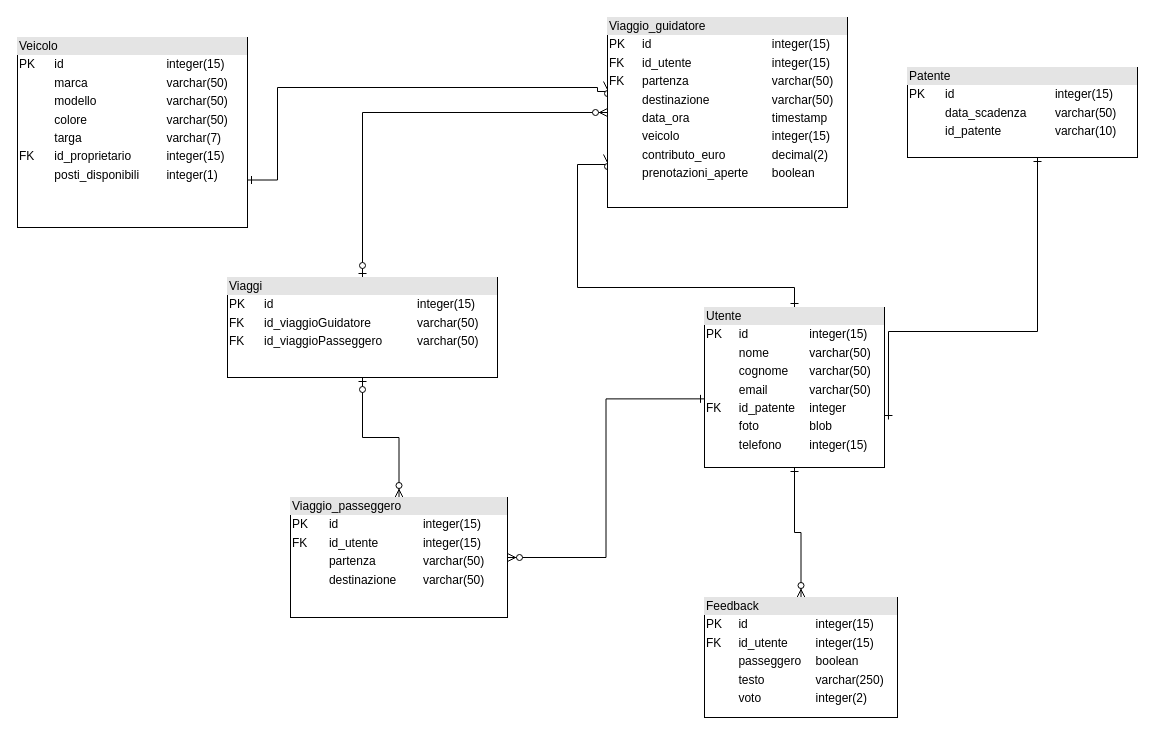
Before: Untitled Diagram.drawio in Lor3nzo01/cpp, a draw.io diagram. Source tidied: cells renumbered, new cells numbered last; positions are measured from the earlier drawing's top-left corner, leaving out a move shared by most shapes. Both pictures are drawn from the tidied source at 100%, with x=0, y=0 at pixel (17, 17).
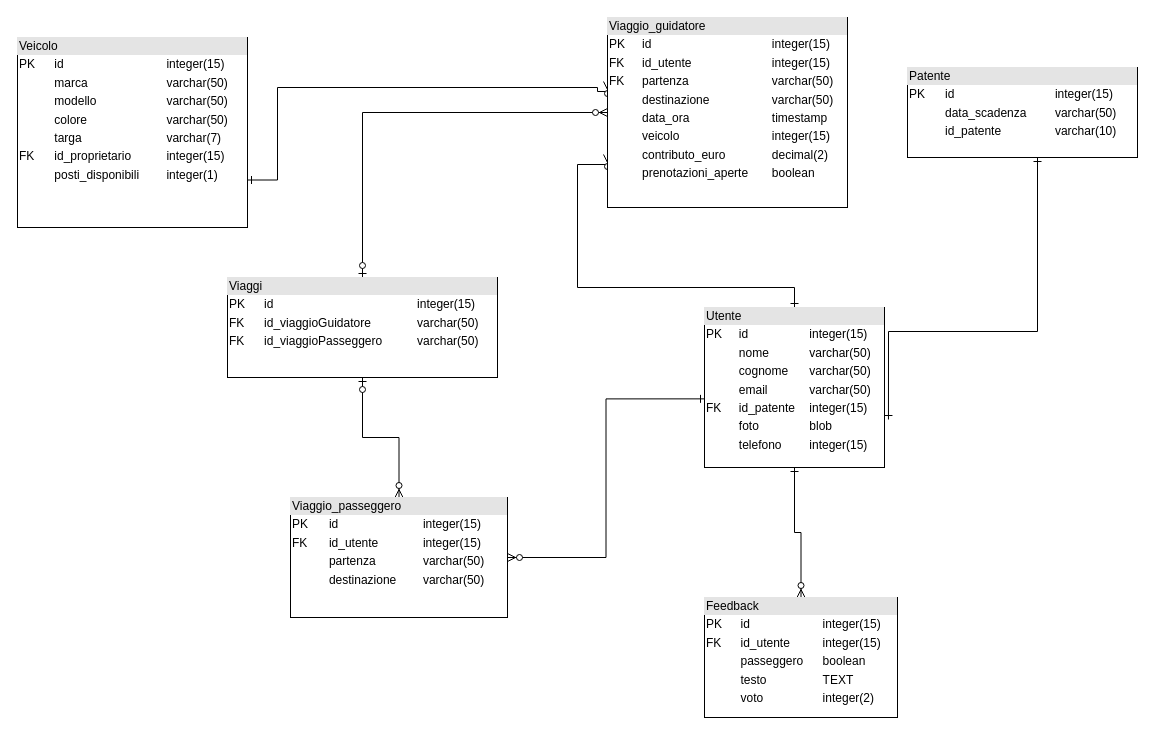
The same diagram, later.

Diff of the diagram source:
```diff
@@
-    <mxCell id="5" value="&lt;div style=&quot;box-sizing: border-box ; width: 100% ; background: #e4e4e4 ; padding: 2px&quot;&gt;Utente&lt;br&gt;&lt;/div&gt;&lt;table style=&quot;width: 100% ; font-size: 1em&quot; cellspacing=&quot;0&quot; cellpadding=&quot;2&quot;&gt;&lt;tbody&gt;&lt;tr&gt;&lt;td&gt;PK&lt;/td&gt;&lt;td&gt;&lt;br&gt;&lt;/td&gt;&lt;td&gt;&lt;br&gt;&lt;/td&gt;&lt;td&gt;id&lt;/td&gt;&lt;td&gt;integer(15)&lt;/td&gt;&lt;/tr&gt;&lt;tr&gt;&lt;td&gt;&lt;br&gt;&lt;/td&gt;&lt;td&gt;&lt;br&gt;&lt;/td&gt;&lt;td&gt;&lt;br&gt;&lt;/td&gt;&lt;td&gt;nome&lt;/td&gt;&lt;td&gt;varchar(50)&lt;/td&gt;&lt;/tr&gt;&lt;tr&gt;&lt;td&gt;&lt;br&gt;&lt;/td&gt;&lt;td&gt;&lt;br&gt;&lt;/td&gt;&lt;td&gt;&lt;br&gt;&lt;/td&gt;&lt;td&gt;cognome&lt;br&gt;&lt;/td&gt;&lt;td&gt;varchar(50)&lt;br&gt;&lt;/td&gt;&lt;/tr&gt;&lt;tr&gt;&lt;td&gt;&lt;br&gt;&lt;/td&gt;&lt;td&gt;&lt;br&gt;&lt;/td&gt;&lt;td&gt;&lt;br&gt;&lt;/td&gt;&lt;td&gt;email&lt;br&gt;&lt;/td&gt;&lt;td&gt;varchar(50)&lt;br&gt;&lt;/td&gt;&lt;/tr&gt;&lt;tr&gt;&lt;td&gt;FK&lt;br&gt;&lt;/td&gt;&lt;td&gt;&lt;br&gt;&lt;/td&gt;&lt;td&gt;&lt;br&gt;&lt;/td&gt;&lt;td&gt;id_patente&lt;/td&gt;&lt;td&gt;integer&lt;br&gt;&lt;/td&gt;&lt;/tr&gt;&lt;tr&gt;&lt;td&gt;&lt;br&gt;&lt;/td&gt;&lt;td&gt;&lt;br&gt;&lt;/td&gt;&lt;td&gt;&lt;br&gt;&lt;/td&gt;&lt;td&gt;foto&lt;br&gt;&lt;/td&gt;&lt;td&gt;blob&lt;br&gt;&lt;/td&gt;&lt;/tr&gt;&lt;tr&gt;&lt;td&gt;&lt;br&gt;&lt;/td&gt;&lt;td&gt;&lt;br&gt;&lt;/td&gt;&lt;td&gt;&lt;br&gt;&lt;/td&gt;&lt;td&gt;telefono&lt;br&gt;&lt;/td&gt;&lt;td&gt;integer(15)&lt;br&gt;&lt;/td&gt;&lt;/tr&gt;&lt;tr&gt;&lt;td&gt;&lt;br&gt;&lt;/td&gt;&lt;td&gt;&lt;br&gt;&lt;/td&gt;&lt;td&gt;&lt;br&gt;&lt;/td&gt;&lt;td&gt;&lt;br&gt;&lt;/td&gt;&lt;td&gt;&lt;br&gt;&lt;/td&gt;&lt;/tr&gt;&lt;tr&gt;&lt;td&gt;&lt;br&gt;&lt;/td&gt;&lt;td&gt;&lt;br&gt;&lt;/td&gt;&lt;td&gt;&lt;br&gt;&lt;/td&gt;&lt;td&gt;&lt;br&gt;&lt;/td&gt;&lt;td&gt;&lt;br&gt;&lt;/td&gt;&lt;/tr&gt;&lt;tr&gt;&lt;td&gt;&lt;br&gt;&lt;/td&gt;&lt;td&gt;&lt;br&gt;&lt;/td&gt;&lt;td&gt;&lt;br&gt;&lt;/td&gt;&lt;td&gt;&lt;br&gt;&lt;/td&gt;&lt;td&gt;&lt;br&gt;&lt;/td&gt;&lt;/tr&gt;&lt;tr&gt;&lt;td&gt;&lt;br&gt;&lt;/td&gt;&lt;td&gt;&lt;br&gt;&lt;/td&gt;&lt;td&gt;&lt;br&gt;&lt;/td&gt;&lt;td&gt;&lt;br&gt;&lt;/td&gt;&lt;td&gt;&lt;br&gt;&lt;/td&gt;&lt;/tr&gt;&lt;/tbody&gt;&lt;/table&gt;" style="verticalAlign=top;align=left;overflow=fill;html=1;" parent="1" vertex="1">
+    <mxCell id="5" value="&lt;div style=&quot;box-sizing: border-box ; width: 100% ; background: #e4e4e4 ; padding: 2px&quot;&gt;Utente&lt;br&gt;&lt;/div&gt;&lt;table style=&quot;width: 100% ; font-size: 1em&quot; cellspacing=&quot;0&quot; cellpadding=&quot;2&quot;&gt;&lt;tbody&gt;&lt;tr&gt;&lt;td&gt;PK&lt;/td&gt;&lt;td&gt;&lt;br&gt;&lt;/td&gt;&lt;td&gt;&lt;br&gt;&lt;/td&gt;&lt;td&gt;id&lt;/td&gt;&lt;td&gt;integer(15)&lt;/td&gt;&lt;/tr&gt;&lt;tr&gt;&lt;td&gt;&lt;br&gt;&lt;/td&gt;&lt;td&gt;&lt;br&gt;&lt;/td&gt;&lt;td&gt;&lt;br&gt;&lt;/td&gt;&lt;td&gt;nome&lt;/td&gt;&lt;td&gt;varchar(50)&lt;/td&gt;&lt;/tr&gt;&lt;tr&gt;&lt;td&gt;&lt;br&gt;&lt;/td&gt;&lt;td&gt;&lt;br&gt;&lt;/td&gt;&lt;td&gt;&lt;br&gt;&lt;/td&gt;&lt;td&gt;cognome&lt;br&gt;&lt;/td&gt;&lt;td&gt;varchar(50)&lt;br&gt;&lt;/td&gt;&lt;/tr&gt;&lt;tr&gt;&lt;td&gt;&lt;br&gt;&lt;/td&gt;&lt;td&gt;&lt;br&gt;&lt;/td&gt;&lt;td&gt;&lt;br&gt;&lt;/td&gt;&lt;td&gt;email&lt;br&gt;&lt;/td&gt;&lt;td&gt;varchar(50)&lt;br&gt;&lt;/td&gt;&lt;/tr&gt;&lt;tr&gt;&lt;td&gt;FK&lt;br&gt;&lt;/td&gt;&lt;td&gt;&lt;br&gt;&lt;/td&gt;&lt;td&gt;&lt;br&gt;&lt;/td&gt;&lt;td&gt;id_patente&lt;/td&gt;&lt;td&gt;integer(15)&lt;br&gt;&lt;/td&gt;&lt;/tr&gt;&lt;tr&gt;&lt;td&gt;&lt;br&gt;&lt;/td&gt;&lt;td&gt;&lt;br&gt;&lt;/td&gt;&lt;td&gt;&lt;br&gt;&lt;/td&gt;&lt;td&gt;foto&lt;br&gt;&lt;/td&gt;&lt;td&gt;blob&lt;br&gt;&lt;/td&gt;&lt;/tr&gt;&lt;tr&gt;&lt;td&gt;&lt;br&gt;&lt;/td&gt;&lt;td&gt;&lt;br&gt;&lt;/td&gt;&lt;td&gt;&lt;br&gt;&lt;/td&gt;&lt;td&gt;telefono&lt;br&gt;&lt;/td&gt;&lt;td&gt;integer(15)&lt;br&gt;&lt;/td&gt;&lt;/tr&gt;&lt;tr&gt;&lt;td&gt;&lt;br&gt;&lt;/td&gt;&lt;td&gt;&lt;br&gt;&lt;/td&gt;&lt;td&gt;&lt;br&gt;&lt;/td&gt;&lt;td&gt;&lt;br&gt;&lt;/td&gt;&lt;td&gt;&lt;br&gt;&lt;/td&gt;&lt;/tr&gt;&lt;tr&gt;&lt;td&gt;&lt;br&gt;&lt;/td&gt;&lt;td&gt;&lt;br&gt;&lt;/td&gt;&lt;td&gt;&lt;br&gt;&lt;/td&gt;&lt;td&gt;&lt;br&gt;&lt;/td&gt;&lt;td&gt;&lt;br&gt;&lt;/td&gt;&lt;/tr&gt;&lt;tr&gt;&lt;td&gt;&lt;br&gt;&lt;/td&gt;&lt;td&gt;&lt;br&gt;&lt;/td&gt;&lt;td&gt;&lt;br&gt;&lt;/td&gt;&lt;td&gt;&lt;br&gt;&lt;/td&gt;&lt;td&gt;&lt;br&gt;&lt;/td&gt;&lt;/tr&gt;&lt;tr&gt;&lt;td&gt;&lt;br&gt;&lt;/td&gt;&lt;td&gt;&lt;br&gt;&lt;/td&gt;&lt;td&gt;&lt;br&gt;&lt;/td&gt;&lt;td&gt;&lt;br&gt;&lt;/td&gt;&lt;td&gt;&lt;br&gt;&lt;/td&gt;&lt;/tr&gt;&lt;/tbody&gt;&lt;/table&gt;" style="verticalAlign=top;align=left;overflow=fill;html=1;" parent="1" vertex="1">
       <mxGeometry x="687" y="290" width="180" height="160" as="geometry" />
     </mxCell>
-    <mxCell id="6" value="&lt;div style=&quot;box-sizing: border-box ; width: 100% ; background: #e4e4e4 ; padding: 2px&quot;&gt;Feedback&lt;br&gt;&lt;/div&gt;&lt;table style=&quot;width: 100% ; font-size: 1em&quot; cellspacing=&quot;0&quot; cellpadding=&quot;2&quot;&gt;&lt;tbody&gt;&lt;tr&gt;&lt;td&gt;PK&lt;/td&gt;&lt;td&gt;&lt;br&gt;&lt;/td&gt;&lt;td&gt;&lt;br&gt;&lt;/td&gt;&lt;td&gt;id&lt;/td&gt;&lt;td&gt;integer(15)&lt;/td&gt;&lt;/tr&gt;&lt;tr&gt;&lt;td&gt;FK&lt;br&gt;&lt;/td&gt;&lt;td&gt;&lt;br&gt;&lt;/td&gt;&lt;td&gt;&lt;br&gt;&lt;/td&gt;&lt;td&gt;id_utente&lt;br&gt;&lt;/td&gt;&lt;td&gt;integer(15)&lt;br&gt;&lt;/td&gt;&lt;/tr&gt;&lt;tr&gt;&lt;td&gt;&lt;br&gt;&lt;/td&gt;&lt;td&gt;&lt;br&gt;&lt;/td&gt;&lt;td&gt;&lt;br&gt;&lt;/td&gt;&lt;td&gt;passeggero&lt;br&gt;&lt;/td&gt;&lt;td&gt;boolean&lt;br&gt;&lt;/td&gt;&lt;/tr&gt;&lt;tr&gt;&lt;td&gt;&lt;br&gt;&lt;/td&gt;&lt;td&gt;&lt;br&gt;&lt;/td&gt;&lt;td&gt;&lt;br&gt;&lt;/td&gt;&lt;td&gt;testo&lt;br&gt;&lt;/td&gt;&lt;td&gt;varchar(250)&lt;br&gt;&lt;/td&gt;&lt;/tr&gt;&lt;tr&gt;&lt;td&gt;&lt;br&gt;&lt;/td&gt;&lt;td&gt;&lt;br&gt;&lt;/td&gt;&lt;td&gt;&lt;br&gt;&lt;/td&gt;&lt;td&gt;voto&lt;br&gt;&lt;/td&gt;&lt;td&gt;integer(2)&lt;br&gt;&lt;/td&gt;&lt;/tr&gt;&lt;tr&gt;&lt;td&gt;&lt;br&gt;&lt;/td&gt;&lt;td&gt;&lt;br&gt;&lt;/td&gt;&lt;td&gt;&lt;br&gt;&lt;/td&gt;&lt;td&gt;&lt;br&gt;&lt;/td&gt;&lt;td&gt;&lt;br&gt;&lt;/td&gt;&lt;/tr&gt;&lt;tr&gt;&lt;td&gt;&lt;br&gt;&lt;/td&gt;&lt;td&gt;&lt;br&gt;&lt;/td&gt;&lt;td&gt;&lt;br&gt;&lt;/td&gt;&lt;td&gt;&lt;br&gt;&lt;/td&gt;&lt;td&gt;&lt;br&gt;&lt;/td&gt;&lt;/tr&gt;&lt;tr&gt;&lt;td&gt;&lt;br&gt;&lt;/td&gt;&lt;td&gt;&lt;br&gt;&lt;/td&gt;&lt;td&gt;&lt;br&gt;&lt;/td&gt;&lt;td&gt;&lt;br&gt;&lt;/td&gt;&lt;td&gt;&lt;br&gt;&lt;/td&gt;&lt;/tr&gt;&lt;tr&gt;&lt;td&gt;&lt;br&gt;&lt;/td&gt;&lt;td&gt;&lt;br&gt;&lt;/td&gt;&lt;td&gt;&lt;br&gt;&lt;/td&gt;&lt;td&gt;&lt;br&gt;&lt;/td&gt;&lt;td&gt;&lt;br&gt;&lt;/td&gt;&lt;/tr&gt;&lt;/tbody&gt;&lt;/table&gt;" style="verticalAlign=top;align=left;overflow=fill;html=1;" parent="1" vertex="1">
+    <mxCell id="6" value="&lt;div style=&quot;box-sizing: border-box ; width: 100% ; background: #e4e4e4 ; padding: 2px&quot;&gt;Feedback&lt;br&gt;&lt;/div&gt;&lt;table style=&quot;width: 100% ; font-size: 1em&quot; cellspacing=&quot;0&quot; cellpadding=&quot;2&quot;&gt;&lt;tbody&gt;&lt;tr&gt;&lt;td&gt;PK&lt;/td&gt;&lt;td&gt;&lt;br&gt;&lt;/td&gt;&lt;td&gt;&lt;br&gt;&lt;/td&gt;&lt;td&gt;id&lt;/td&gt;&lt;td&gt;integer(15)&lt;/td&gt;&lt;/tr&gt;&lt;tr&gt;&lt;td&gt;FK&lt;br&gt;&lt;/td&gt;&lt;td&gt;&lt;br&gt;&lt;/td&gt;&lt;td&gt;&lt;br&gt;&lt;/td&gt;&lt;td&gt;id_utente&lt;br&gt;&lt;/td&gt;&lt;td&gt;integer(15)&lt;br&gt;&lt;/td&gt;&lt;/tr&gt;&lt;tr&gt;&lt;td&gt;&lt;br&gt;&lt;/td&gt;&lt;td&gt;&lt;br&gt;&lt;/td&gt;&lt;td&gt;&lt;br&gt;&lt;/td&gt;&lt;td&gt;passeggero&lt;br&gt;&lt;/td&gt;&lt;td&gt;boolean&lt;br&gt;&lt;/td&gt;&lt;/tr&gt;&lt;tr&gt;&lt;td&gt;&lt;br&gt;&lt;/td&gt;&lt;td&gt;&lt;br&gt;&lt;/td&gt;&lt;td&gt;&lt;br&gt;&lt;/td&gt;&lt;td&gt;testo&lt;br&gt;&lt;/td&gt;&lt;td&gt;TEXT&lt;br&gt;&lt;/td&gt;&lt;/tr&gt;&lt;tr&gt;&lt;td&gt;&lt;br&gt;&lt;/td&gt;&lt;td&gt;&lt;br&gt;&lt;/td&gt;&lt;td&gt;&lt;br&gt;&lt;/td&gt;&lt;td&gt;voto&lt;br&gt;&lt;/td&gt;&lt;td&gt;integer(2)&lt;br&gt;&lt;/td&gt;&lt;/tr&gt;&lt;tr&gt;&lt;td&gt;&lt;br&gt;&lt;/td&gt;&lt;td&gt;&lt;br&gt;&lt;/td&gt;&lt;td&gt;&lt;br&gt;&lt;/td&gt;&lt;td&gt;&lt;br&gt;&lt;/td&gt;&lt;td&gt;&lt;br&gt;&lt;/td&gt;&lt;/tr&gt;&lt;tr&gt;&lt;td&gt;&lt;br&gt;&lt;/td&gt;&lt;td&gt;&lt;br&gt;&lt;/td&gt;&lt;td&gt;&lt;br&gt;&lt;/td&gt;&lt;td&gt;&lt;br&gt;&lt;/td&gt;&lt;td&gt;&lt;br&gt;&lt;/td&gt;&lt;/tr&gt;&lt;tr&gt;&lt;td&gt;&lt;br&gt;&lt;/td&gt;&lt;td&gt;&lt;br&gt;&lt;/td&gt;&lt;td&gt;&lt;br&gt;&lt;/td&gt;&lt;td&gt;&lt;br&gt;&lt;/td&gt;&lt;td&gt;&lt;br&gt;&lt;/td&gt;&lt;/tr&gt;&lt;tr&gt;&lt;td&gt;&lt;br&gt;&lt;/td&gt;&lt;td&gt;&lt;br&gt;&lt;/td&gt;&lt;td&gt;&lt;br&gt;&lt;/td&gt;&lt;td&gt;&lt;br&gt;&lt;/td&gt;&lt;td&gt;&lt;br&gt;&lt;/td&gt;&lt;/tr&gt;&lt;/tbody&gt;&lt;/table&gt;" style="verticalAlign=top;align=left;overflow=fill;html=1;" parent="1" vertex="1">
       <mxGeometry x="687" y="580" width="193" height="120" as="geometry" />
     </mxCell>
```
